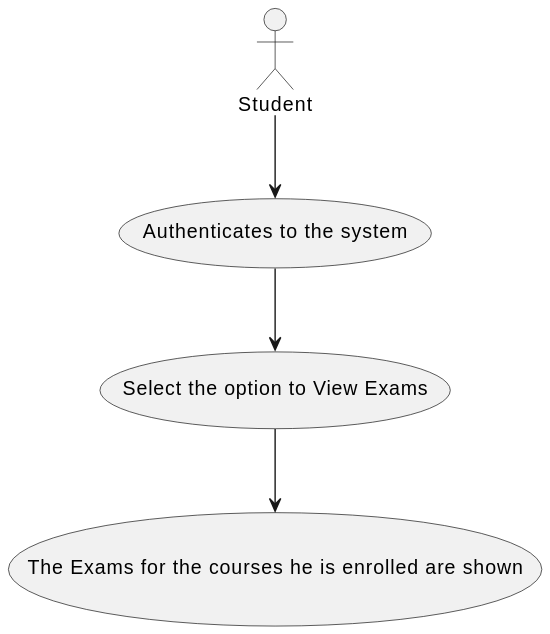
Above: docs/SPRINT B/US2002 - List My Exams/US2002-UCD.svg in mascenso/isep-sem4-lapr4 (PlantUML), before the change. The source it was exported from:
```plantuml
@startuml


actor Student
    Student -down-> (Authenticates to the system)
    (Authenticates to the system) --> (Select the option to View Exams)
    (Select the option to View Exams) --> (The Exams for the courses he is enrolled are shown)
@enduml
```
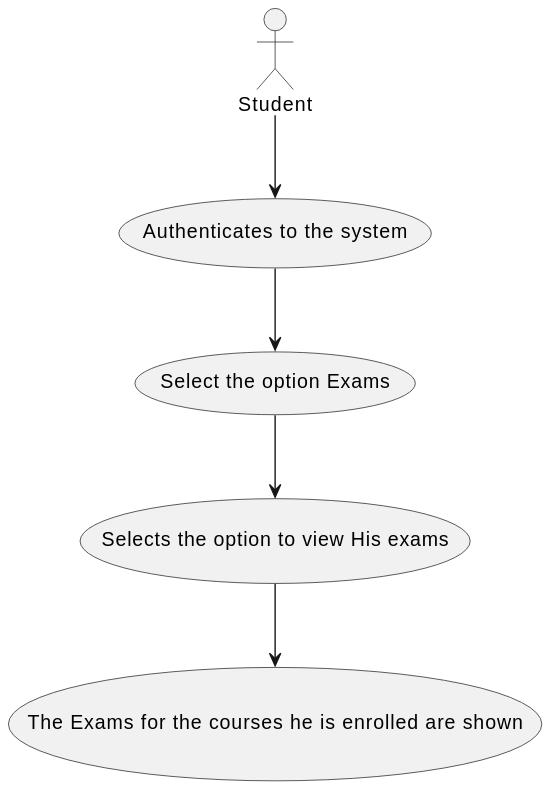
The same diagram one commit later.

Change to the diagram source:
```diff
@@ -3,6 +3,7 @@
 
 actor Student
     Student -down-> (Authenticates to the system)
-    (Authenticates to the system) --> (Select the option to View Exams)
-    (Select the option to View Exams) --> (The Exams for the courses he is enrolled are shown)
+    (Authenticates to the system) --> (Select the option Exams)
+    (Select the option Exams) --> (Selects the option to view His exams)
+    (Selects the option to view His exams) --> (The Exams for the courses he is enrolled are shown)
 @enduml
```
